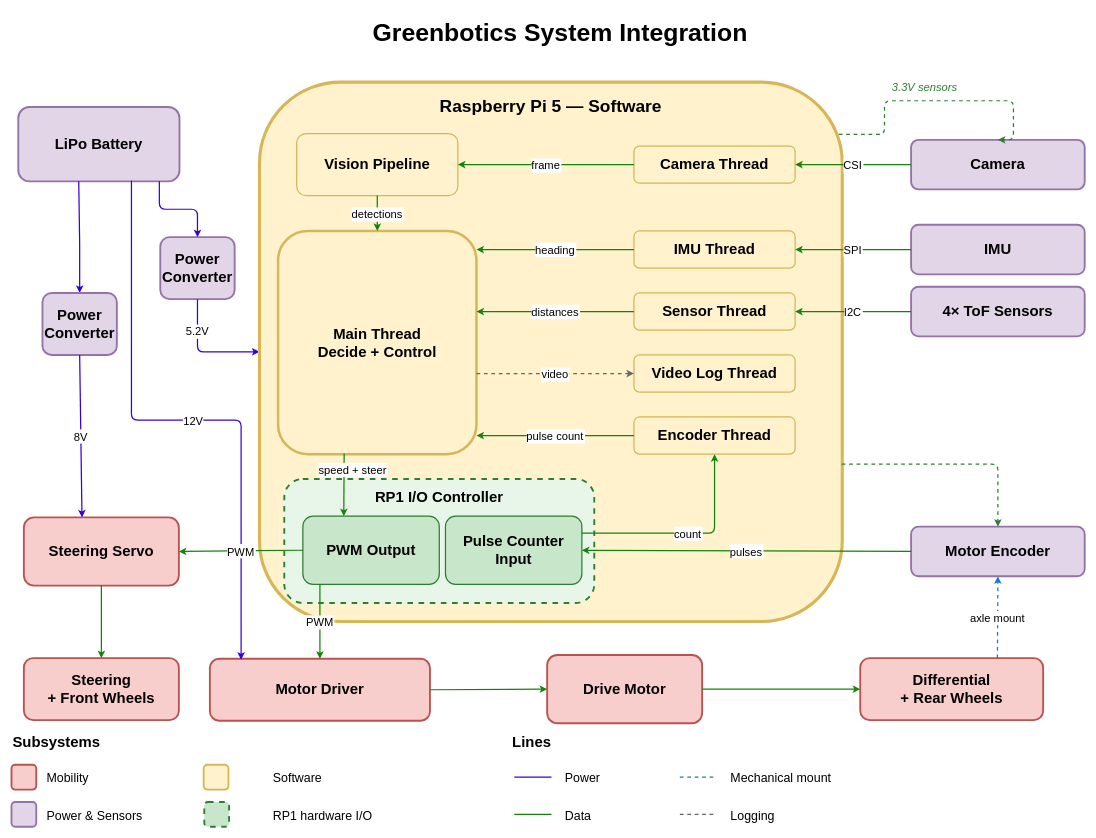
Devansh-awat/greenbotics-2026 keeps this draw.io diagram as docs/diagrams/systemsThinking/master_system_diagram_simplified.drawio. Above is the earlier version. Source tidied: cells renumbered, new cells numbered last; positions are measured from the earlier drawing's top-left corner, leaving out a move shared by most shapes. Both pictures are drawn from the tidied source at 62%, with x=0, y=0 at pixel (11, 11).
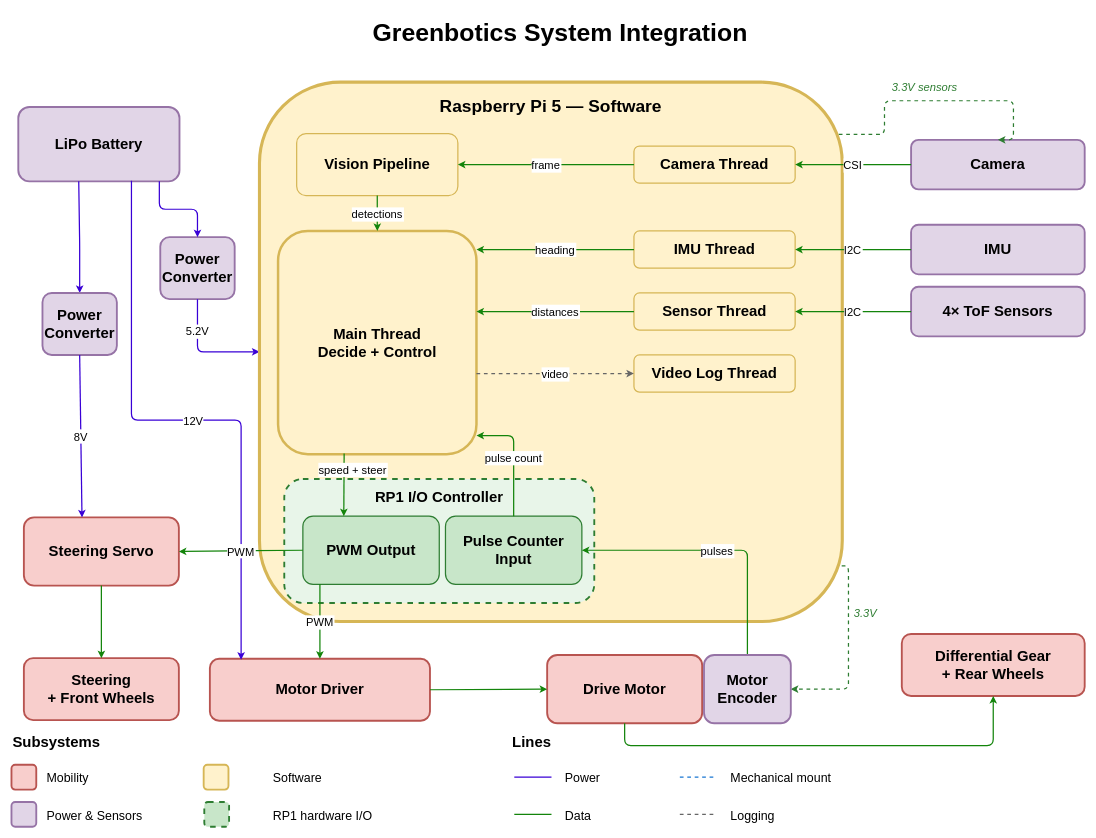
After the change.

The change refers to these unchanged cells:
```xml
<mxCell id="3" value="Drive Motor" style="rounded=1;whiteSpace=wrap;fillColor=#f8cecc;strokeColor=#b85450;strokeWidth=3;fontSize=24;fontStyle=1;align=center;verticalAlign=middle;" parent="1" vertex="1">
  <mxGeometry x="864" y="1039" width="250" height="110" as="geometry" />
</mxCell>
<mxCell id="13" value="IMU" style="rounded=1;whiteSpace=wrap;fillColor=#e1d5e7;strokeColor=#9673a6;strokeWidth=3;fontSize=24;fontStyle=1;align=center;verticalAlign=middle;" parent="10" vertex="1">
  <mxGeometry x="1451" y="345" width="280" height="80" as="geometry" />
</mxCell>
<mxCell id="45" value="Raspberry Pi 5 — Software" style="rounded=1;whiteSpace=wrap;fillColor=#fff2cc;strokeColor=#d6b656;strokeWidth=5;verticalAlign=top;align=center;fontSize=28;fontStyle=1;spacingTop=16;" parent="43" vertex="1">
  <mxGeometry x="400" y="115" width="940" height="870" as="geometry" />
</mxCell>
<mxCell id="47" value="Main Thread&#10;Decide + Control" style="rounded=1;whiteSpace=wrap;fillColor=#fff2cc;strokeColor=#d6b656;strokeWidth=4;fontSize=24;fontStyle=1;align=center;verticalAlign=middle;points=[[0,0,1,0,0],[0,0.25,1,0,0],[0,0.5,1,0,0],[0,0.75,1,0,0],[0,1,1,0,0],[0.25,0,1,0,0],[0.25,1,1,0,0],[0.5,0,1,0,0],[0.5,1,1,0,0],[0.75,0,1,0,0],[0.75,1,1,0,0],[1,0,1,0,0],[1,0.0625,0,0,0],[1,0.125,0,0,0],[1,0.1875,0,0,0],[1,0.25,1,0,0],[1,0.3125,0,0,0],[1,0.375,0,0,0],[1,0.4375,0,0,0],[1,0.5,1,0,0],[1,0.5625,0,0,0],[1,0.625,0,0,0],[1,0.6875,0,0,0],[1,0.75,1,0,0],[1,0.8125,0,0,0],[1,0.875,0,0,0],[1,1,1,0,0]];" parent="43" vertex="1">
  <mxGeometry x="430" y="355" width="320" height="360" as="geometry" />
</mxCell>
<mxCell id="50" value="IMU Thread" style="rounded=1;whiteSpace=wrap;fillColor=#fff2cc;strokeColor=#d6b656;strokeWidth=2;fontSize=24;fontStyle=1;align=center;verticalAlign=middle;" parent="43" vertex="1">
  <mxGeometry x="1004" y="355" width="260" height="60" as="geometry" />
</mxCell>
<mxCell id="55" value="Pulse Counter Input" style="rounded=1;whiteSpace=wrap;fillColor=#c8e6c9;strokeColor=#2e7d32;strokeWidth=2;fontSize=24;fontStyle=1;align=center;verticalAlign=middle;" parent="43" vertex="1">
  <mxGeometry x="700" y="815" width="220" height="110" as="geometry" />
</mxCell>
```

Diff of the diagram source:
```diff
@@
-    <mxCell id="4" value="Differential&#10;+ Rear Wheels" style="rounded=1;whiteSpace=wrap;fillColor=#f8cecc;strokeColor=#b85450;strokeWidth=3;fontSize=24;fontStyle=1;align=center;verticalAlign=middle;" parent="1" vertex="1">
-      <mxGeometry x="1369" y="1044" width="295" height="100" as="geometry" />
+    <mxCell id="4" value="Differential Gear&#10;+ Rear Wheels" style="rounded=1;whiteSpace=wrap;fillColor=#f8cecc;strokeColor=#b85450;strokeWidth=3;fontSize=24;fontStyle=1;align=center;verticalAlign=middle;" parent="1" vertex="1">
+      <mxGeometry x="1436" y="1005" width="295" height="100" as="geometry" />
     </mxCell>
@@
-    <mxCell id="8" style="strokeWidth=2;strokeColor=#13840b;entryX=0;entryY=0.5;entryDx=0;entryDy=0;exitX=1;exitY=0.5;exitDx=0;exitDy=0;" parent="1" edge="1" source="3" target="4">
-      <mxGeometry relative="1" as="geometry" />
+    <mxCell id="8" style="strokeWidth=2;strokeColor=#13840b;entryX=0.5;entryY=1;entryDx=0;entryDy=0;exitX=0.5;exitY=1;exitDx=0;exitDy=0;" parent="1" edge="1" source="3" target="4">
+      <mxGeometry x="-0.01" relative="1" as="geometry">
+        <Array as="points">
+          <mxPoint x="989" y="1185" />
+          <mxPoint x="1583.5" y="1185" />
+        </Array>
+      </mxGeometry>
     </mxCell>
@@
+    <mxCell id="73" value="3.3V " style="text;fontSize=18;fontStyle=2;fontColor=#2e7d32;align=center;verticalAlign=middle;" parent="1" vertex="1">
+      <mxGeometry x="1320" y="955" width="120" height="30" as="geometry" />
+    </mxCell>
@@
-    <mxCell id="15" value="Motor Encoder" style="rounded=1;whiteSpace=wrap;fillColor=#e1d5e7;strokeColor=#9673a6;strokeWidth=3;fontSize=24;fontStyle=1;align=center;verticalAlign=middle;" parent="10" vertex="1">
-      <mxGeometry x="1451" y="832" width="280" height="80" as="geometry" />
-    </mxCell>
@@
-    <mxCell id="22" value="axle mount" style="strokeWidth=2;strokeColor=#1976d2;dashed=1;fontSize=18;labelBackgroundColor=#FFFFFF;exitX=0.75;exitY=0;exitDx=0;exitDy=0;entryX=0.5;entryY=1;entryDx=0;entryDy=0;" parent="10" edge="1" source="4" target="15">
-      <mxGeometry relative="1" as="geometry" />
-    </mxCell>
@@
-    <mxCell id="52" value="Encoder Thread" style="rounded=1;whiteSpace=wrap;fillColor=#fff2cc;strokeColor=#d6b656;strokeWidth=2;fontSize=24;fontStyle=1;align=center;verticalAlign=middle;" parent="43" vertex="1">
-      <mxGeometry x="1004" y="655" width="260" height="60" as="geometry" />
-    </mxCell>
@@
-    <mxCell id="60" value="pulse count" style="strokeWidth=2;strokeColor=#13840b;fontSize=18;labelBackgroundColor=#FFFFFF;exitX=0;exitY=0.5;exitDx=0;exitDy=0;entryX=1;entryY=0.916667;entryDx=0;entryDy=0;entryPerimeter=0;exitPerimeter=0;" parent="43" edge="1" source="52" target="47">
-      <mxGeometry relative="1" as="geometry" />
+    <mxCell id="60" value="pulse count" style="strokeWidth=2;strokeColor=#13840b;fontSize=18;labelBackgroundColor=#FFFFFF;exitX=0.5;exitY=0;exitDx=0;exitDy=0;entryX=1;entryY=0.916667;entryDx=0;entryDy=0;entryPerimeter=0;" parent="43" edge="1" source="55" target="47">
+      <mxGeometry relative="1" as="geometry">
+        <Array as="points">
+          <mxPoint x="810" y="685" />
+        </Array>
+      </mxGeometry>
     </mxCell>
@@
-    <mxCell id="63" value="SPI" style="strokeWidth=2;strokeColor=#13840b;fontSize=18;labelBackgroundColor=#FFFFFF;exitX=0;exitY=0.5;exitDx=0;exitDy=0;entryX=1;entryY=0.5;entryDx=0;entryDy=0;" parent="43" edge="1" source="13" target="50">
+    <mxCell id="63" value="I2C" style="strokeWidth=2;strokeColor=#13840b;fontSize=18;labelBackgroundColor=#FFFFFF;exitX=0;exitY=0.5;exitDx=0;exitDy=0;entryX=1;entryY=0.5;entryDx=0;entryDy=0;" parent="43" edge="1" source="13" target="50">
       <mxGeometry relative="1" as="geometry" />
     </mxCell>
@@
-    <mxCell id="65" value="pulses" style="strokeWidth=2;strokeColor=#13840b;fontSize=18;labelBackgroundColor=#FFFFFF;exitX=0;exitY=0.5;exitDx=0;exitDy=0;entryX=1;entryY=0.5;entryDx=0;entryDy=0;" parent="43" edge="1" source="15" target="55">
-      <mxGeometry relative="1" as="geometry" />
+    <mxCell id="65" value="pulses" style="strokeWidth=2;strokeColor=#13840b;fontSize=18;labelBackgroundColor=#FFFFFF;exitX=0.5;exitY=0;exitDx=0;exitDy=0;entryX=1;entryY=0.5;entryDx=0;entryDy=0;endArrow=classic;endFill=1;" parent="43" edge="1" source="15" target="55">
+      <mxGeometry relative="1" as="geometry">
+        <Array as="points">
+          <mxPoint x="1187" y="870" />
+        </Array>
+      </mxGeometry>
     </mxCell>
-    <mxCell id="66" value="count" style="strokeWidth=2;strokeColor=#13840b;fontSize=18;labelBackgroundColor=#FFFFFF;exitX=1;exitY=0.25;exitDx=0;exitDy=0;entryX=0.5;entryY=1;entryDx=0;entryDy=0;edgeStyle=orthogonalEdgeStyle;" parent="43" edge="1" source="55" target="52">
-      <mxGeometry relative="1" as="geometry">
-        <Array as="points">
-          <mxPoint x="1134" y="842.5" />
-        </Array>
-      </mxGeometry>
-    </mxCell>
@@
-    <mxCell id="68" style="strokeWidth=2;strokeColor=#2e7d32;dashed=1;fontSize=18;exitX=0.999;exitY=0.708;exitDx=0;exitDy=0;entryX=0.5;entryY=0;entryDx=0;entryDy=0;exitPerimeter=0;edgeStyle=orthogonalEdgeStyle;" parent="43" edge="1" source="45" target="15">
-      <mxGeometry relative="1" as="geometry" />
-    </mxCell>
@@
+    <mxCell id="68" style="strokeWidth=2;strokeColor=#2e7d32;dashed=1;fontSize=18;exitX=0.999;exitY=0.897;exitDx=0;exitDy=0;exitPerimeter=0;edgeStyle=orthogonalEdgeStyle;entryX=1;entryY=0.5;entryDx=0;entryDy=0;" parent="43" edge="1" source="45" target="15">
+      <mxGeometry x="-0.5" relative="1" as="geometry">
+        <Array as="points">
+          <mxPoint x="1350" y="895.4" />
+          <mxPoint x="1350" y="1094" />
+        </Array>
+      </mxGeometry>
+    </mxCell>
+    <mxCell id="15" value="Motor Encoder" style="rounded=1;whiteSpace=wrap;fillColor=#e1d5e7;strokeColor=#9673a6;strokeWidth=3;fontSize=24;fontStyle=1;align=center;verticalAlign=middle;" parent="43" vertex="1">
+      <mxGeometry x="1117" y="1039" width="140" height="110" as="geometry" />
+    </mxCell>
```
